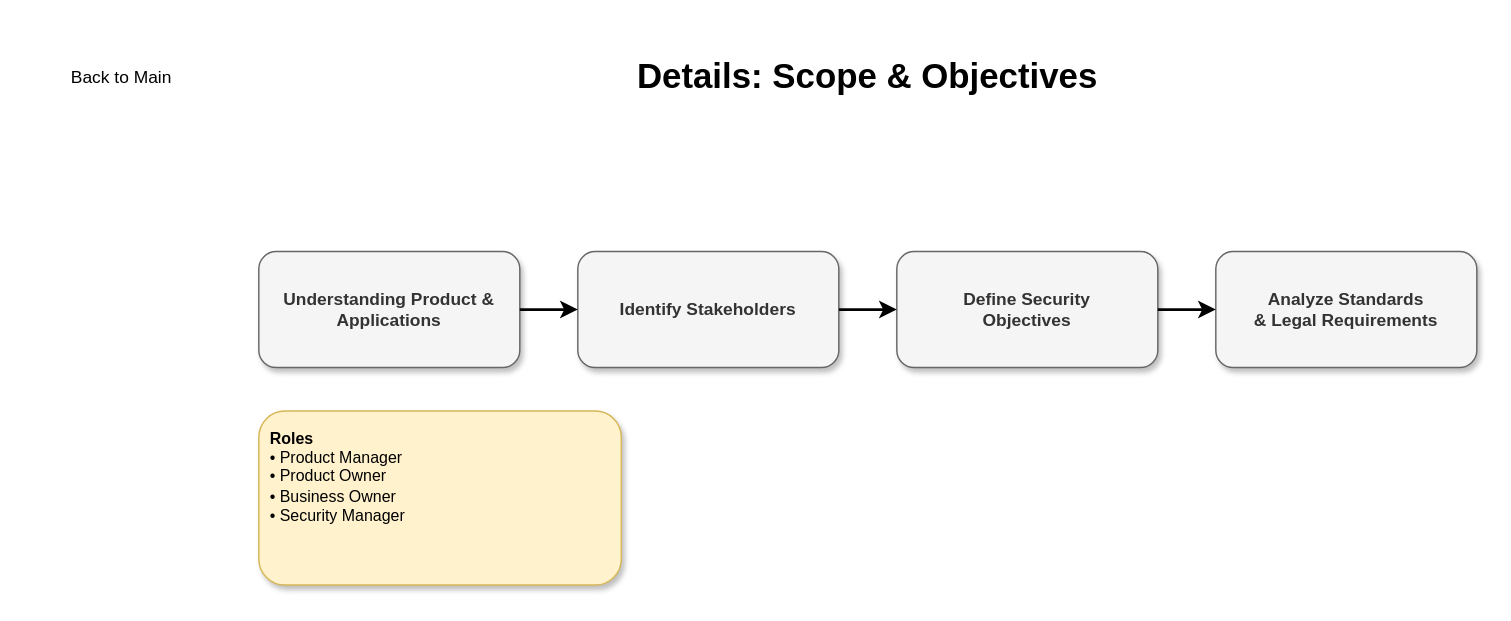
nathalienr/Bachelorarbeit keeps this draw.io diagram as page "1. Scope & Objectives" (2 of 11) of VisualStudioCode/Secure System Development Lifecycle.drawio. Above is the earlier version. Source tidied: cells renumbered, new cells numbered last; positions are measured from the earlier drawing's top-left corner, leaving out a move shared by most shapes. Both pictures are drawn from the tidied source at 145%, with x=0, y=0 at pixel (48, 48).
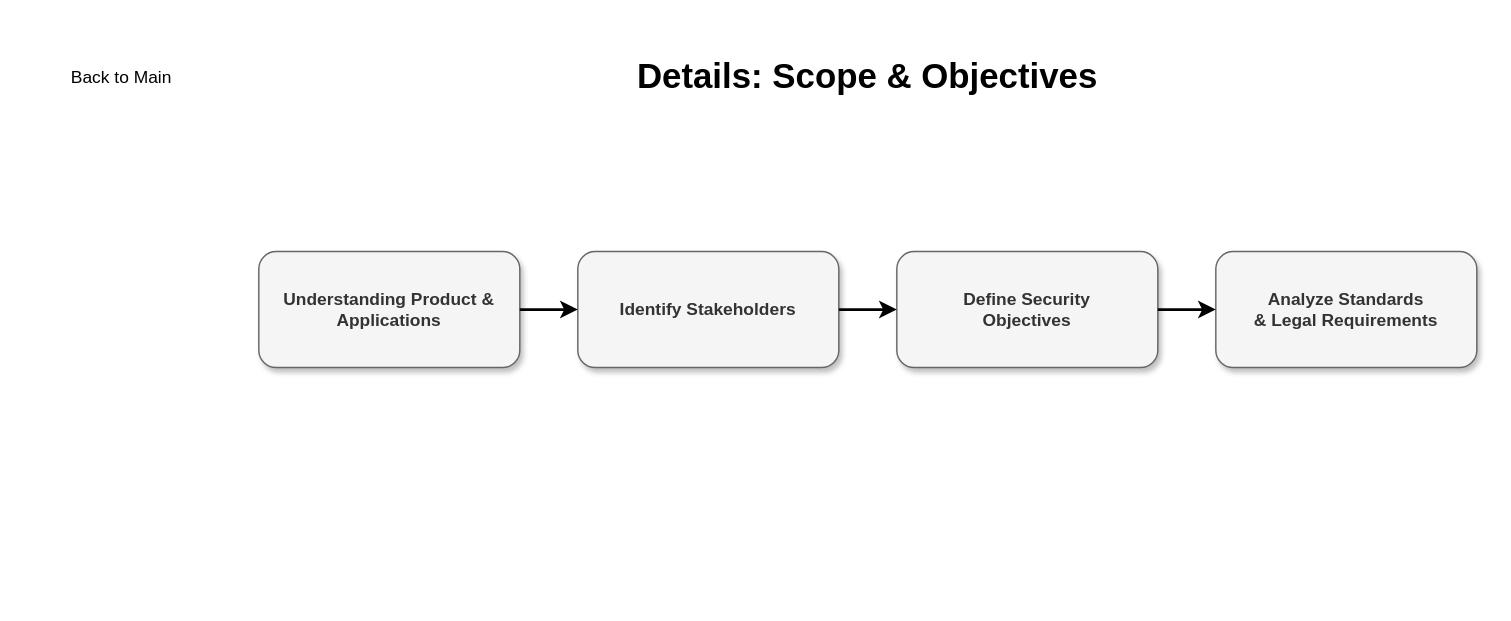
After the change.

Change to the diagram source:
```diff
@@
 <mxGraphModel>
   <root>
     <mxCell id="0" />
     <mxCell id="1" parent="0" />
     <mxCell id="2" value="Back to Main" style="shape=flexArrow;endArrow=classic;html=1;fillColor=#f5f5f5;strokeColor=#666666;cursor=pointer;" parent="1" vertex="1">
       <mxGeometry width="100" height="40" as="geometry" />
     </mxCell>
     <mxCell id="3" value="Details: Scope &amp;amp; Objectives" style="text;html=1;strokeColor=none;fillColor=none;align=center;verticalAlign=middle;whiteSpace=wrap;rounded=0;fontSize=24;fontStyle=1;" parent="1" vertex="1">
       <mxGeometry x="265" width="600" height="40" as="geometry" />
     </mxCell>
     <mxCell id="4" value="Understanding Product &amp;&#10;Applications" style="rounded=1;whiteSpace=wrap;html=1;fillColor=#f5f5f5;strokeColor=#666666;fontStyle=1;shadow=1;fontColor=#333333;" parent="1" vertex="1">
       <mxGeometry x="145" y="140" width="180" height="80" as="geometry" />
     </mxCell>
     <mxCell id="5" value="Identify Stakeholders" style="rounded=1;whiteSpace=wrap;html=1;fillColor=#f5f5f5;strokeColor=#666666;fontStyle=1;shadow=1;fontColor=#333333;" parent="1" vertex="1">
       <mxGeometry x="365" y="140" width="180" height="80" as="geometry" />
     </mxCell>
     <mxCell id="6" style="edgeStyle=orthogonalEdgeStyle;rounded=1;jettySize=auto;html=1;strokeWidth=2;" parent="1" edge="1" source="4" target="5">
       <mxGeometry relative="1" as="geometry" />
     </mxCell>
     <mxCell id="7" value="Define Security&#10;Objectives" style="rounded=1;whiteSpace=wrap;html=1;fillColor=#f5f5f5;strokeColor=#666666;fontStyle=1;shadow=1;fontColor=#333333;" parent="1" vertex="1">
       <mxGeometry x="585" y="140" width="180" height="80" as="geometry" />
     </mxCell>
     <mxCell id="8" style="edgeStyle=orthogonalEdgeStyle;rounded=1;jettySize=auto;html=1;strokeWidth=2;" parent="1" edge="1" source="5" target="7">
       <mxGeometry relative="1" as="geometry" />
     </mxCell>
     <mxCell id="9" value="Analyze Standards&lt;br&gt;&amp;amp; Legal Requirements" style="rounded=1;whiteSpace=wrap;html=1;fillColor=#f5f5f5;strokeColor=#666666;fontStyle=1;shadow=1;fontColor=#333333;" parent="1" vertex="1">
       <mxGeometry x="805" y="140" width="180" height="80" as="geometry" />
     </mxCell>
     <mxCell id="10" style="edgeStyle=orthogonalEdgeStyle;rounded=1;jettySize=auto;html=1;strokeWidth=2;" parent="1" edge="1" source="7" target="9">
       <mxGeometry relative="1" as="geometry" />
     </mxCell>
-    <mxCell id="11" value="&lt;b&gt;Roles&lt;/b&gt;&lt;br&gt;• Product Manager&lt;br&gt;• Product Owner&lt;br&gt;• Business Owner&lt;br&gt;• Security Manager" style="rounded=1;whiteSpace=wrap;html=1;fillColor=#fff2cc;strokeColor=#d6b656;shadow=1;align=left;verticalAlign=top;spacing=8;fontSize=11;" parent="1" vertex="1">
-      <mxGeometry x="145" y="250" width="250" height="120" as="geometry" />
-    </mxCell>
   </root>
 </mxGraphModel>
```
